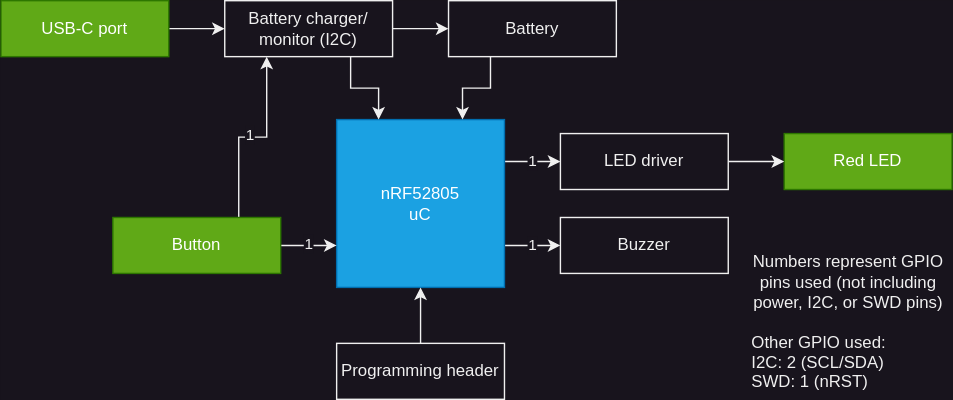
This is docs/DWG_HW-Architecture.svg from Embedded-Shark-LLC/BT-Bike-Light, a draw.io export, as it was before one commit. Source tidied: cells renumbered, new cells last; positions are measured from the earlier drawing's top-left corner, leaving out a move shared by most shapes.
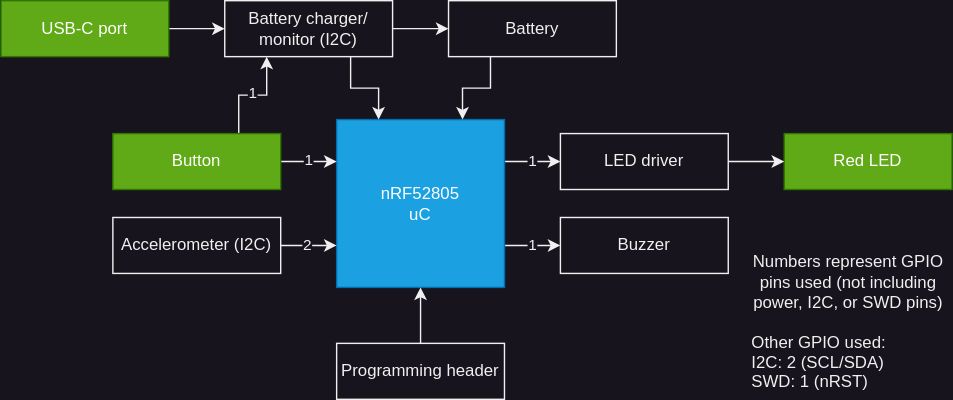
After the commit.

Change to the diagram source:
```diff
@@ -60,7 +60,7 @@
     <mxCell id="19" value="Battery charger/ monitor (I2C)" style="rounded=0;whiteSpace=wrap;html=1;" parent="1" vertex="1">
       <mxGeometry x="160" width="120" height="40" as="geometry" />
     </mxCell>
-    <mxCell id="20" style="edgeStyle=orthogonalEdgeStyle;rounded=0;jettySize=auto;html=1;exitX=1;exitY=0.5;exitDx=0;exitDy=0;entryX=0;entryY=0.75;entryDx=0;entryDy=0;" parent="1" edge="1" source="24" target="6">
+    <mxCell id="20" style="edgeStyle=orthogonalEdgeStyle;rounded=0;jettySize=auto;html=1;exitX=1;exitY=0.5;exitDx=0;exitDy=0;entryX=0;entryY=0.25;entryDx=0;entryDy=0;" parent="1" edge="1" source="24" target="6">
       <mxGeometry relative="1" as="geometry" />
     </mxCell>
     <mxCell id="21" value="1" style="edgeLabel;html=1;align=center;verticalAlign=middle;" parent="20" vertex="1">
@@ -73,10 +73,19 @@
       <mxGeometry x="-0.02" y="2" relative="1" as="geometry" />
     </mxCell>
     <mxCell id="24" value="Button" style="rounded=0;whiteSpace=wrap;html=1;fillColor=#60a917;fontColor=#ffffff;strokeColor=#2D7600;" parent="1" vertex="1">
-      <mxGeometry x="80" y="155" width="120" height="40" as="geometry" />
+      <mxGeometry x="80" y="95" width="120" height="40" as="geometry" />
     </mxCell>
     <mxCell id="25" value="&lt;div style=&quot;text-align: center;&quot;&gt;&lt;span style=&quot;background-color: initial;&quot;&gt;Numbers represent GPIO pins used (not including power, I2C, or SWD pins)&lt;/span&gt;&lt;/div&gt;&lt;br&gt;Other GPIO used:&lt;br&gt;I2C: 2 (SCL/SDA)&lt;br&gt;&lt;div style=&quot;&quot;&gt;&lt;span style=&quot;background-color: initial;&quot;&gt;SWD: 1 (nRST)&lt;br&gt;&lt;/span&gt;&lt;/div&gt;" style="text;html=1;align=left;verticalAlign=middle;whiteSpace=wrap;rounded=0;" parent="1" vertex="1">
       <mxGeometry x="535" y="180" width="140" height="100" as="geometry" />
     </mxCell>
+    <mxCell id="26" style="edgeStyle=orthogonalEdgeStyle;rounded=0;jettySize=auto;html=1;entryX=0;entryY=0.75;entryDx=0;entryDy=0;" parent="1" edge="1" source="28" target="6">
+      <mxGeometry relative="1" as="geometry" />
+    </mxCell>
+    <mxCell id="27" value="2" style="edgeLabel;html=1;align=center;verticalAlign=middle;" parent="26" vertex="1">
+      <mxGeometry x="-0.07" relative="1" as="geometry" />
+    </mxCell>
+    <mxCell id="28" value="Accelerometer (I2C)" style="rounded=0;whiteSpace=wrap;html=1;" parent="1" vertex="1">
+      <mxGeometry x="80" y="155" width="120" height="40" as="geometry" />
+    </mxCell>
   </root>
 </mxGraphModel>
```
